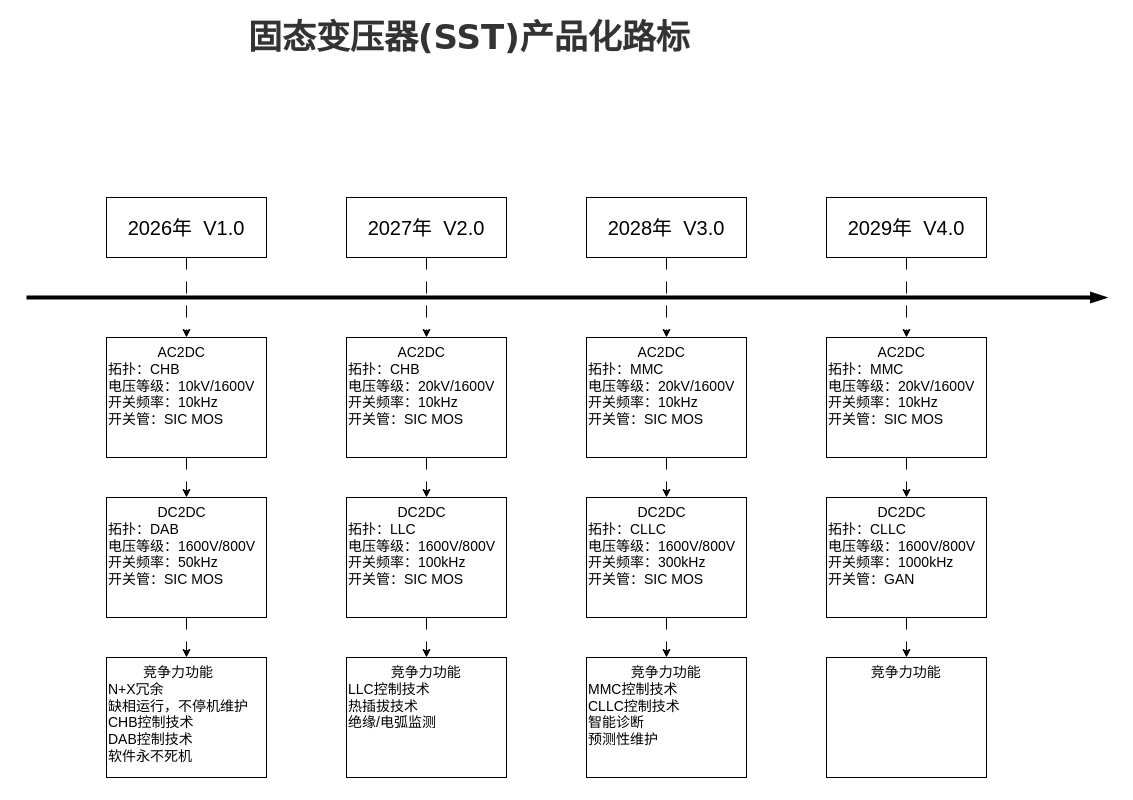
Above: page "产品路标" (10 of 10) of SST系统软件架构.drawio in gscaszhou/Graph (draw.io), before the change. Source tidied: cells renumbered, new cells numbered last; positions are measured from the earlier drawing's top-left corner, leaving out a move shared by most shapes. Both pictures are drawn from the tidied source at 100%, with x=0, y=0 at pixel (26, 17).
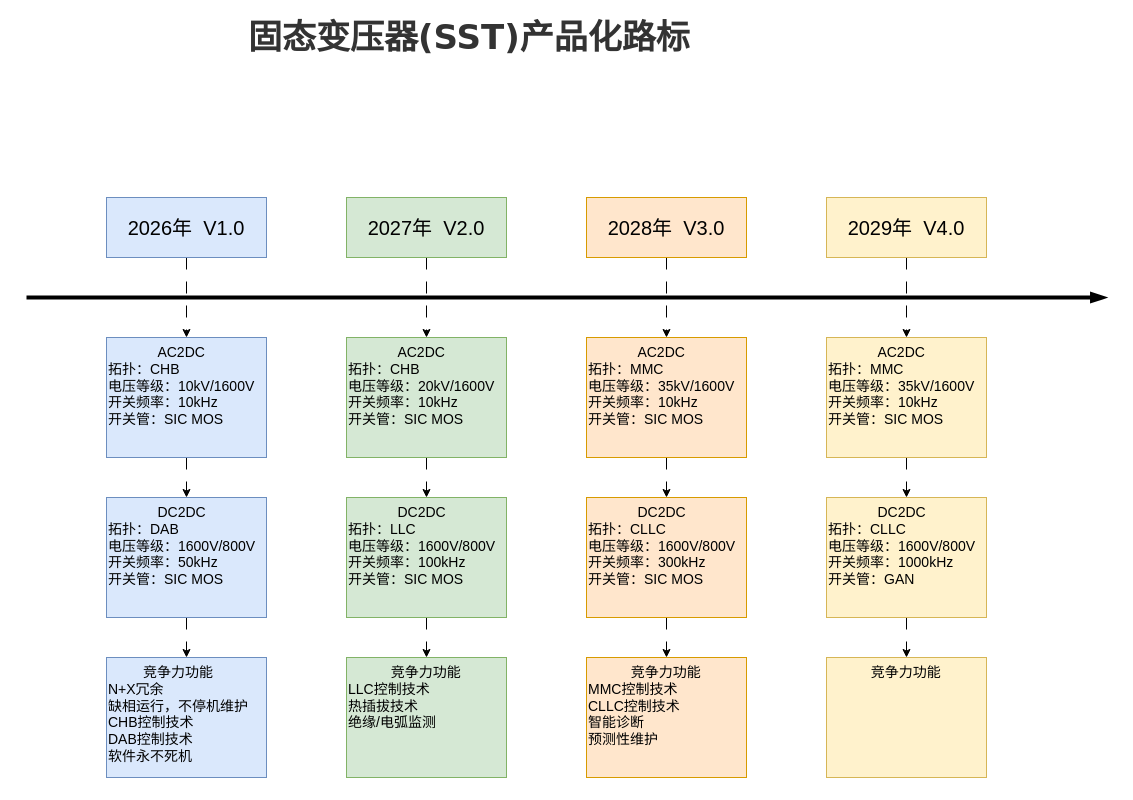
The same diagram, later.

Commit message:
更新SST系统软件架构.drawio

Unchanged cells that the change refers to:
```xml
<mxCell id="4" style="group;align=center;" parent="1" vertex="1">
  <mxGeometry x="80" y="180" width="160" height="580" as="geometry" />
</mxCell>
<mxCell id="12" style="group;" parent="1" vertex="1">
  <mxGeometry x="320" y="180" width="160" height="580" as="geometry" />
</mxCell>
<mxCell id="20" style="group;" parent="1" vertex="1">
  <mxGeometry x="560" y="180" width="160" height="580" as="geometry" />
</mxCell>
<mxCell id="28" style="group;" parent="1" vertex="1">
  <mxGeometry x="800" y="180" width="160" height="580" as="geometry" />
</mxCell>
```

What changed in the source:
```diff
@@
-    <mxCell id="6" value="&lt;div&gt;&lt;span style=&quot;background-color: transparent; color: light-dark(rgb(0, 0, 0), rgb(255, 255, 255));&quot;&gt;&lt;font style=&quot;font-size: 20px;&quot;&gt;2026年&amp;nbsp; V1.0&lt;/font&gt;&lt;/span&gt;&lt;br&gt;&lt;/div&gt;" style="rounded=0;whiteSpace=wrap;html=1;" parent="4" vertex="1">
+    <mxCell id="6" value="&lt;div&gt;&lt;span style=&quot;background-color: transparent; color: light-dark(rgb(0, 0, 0), rgb(255, 255, 255));&quot;&gt;&lt;font style=&quot;font-size: 20px;&quot;&gt;2026年&amp;nbsp; V1.0&lt;/font&gt;&lt;/span&gt;&lt;br&gt;&lt;/div&gt;" style="rounded=0;whiteSpace=wrap;html=1;fillColor=#dae8fc;strokeColor=#6c8ebf;" parent="4" vertex="1">
       <mxGeometry width="160" height="60" as="geometry" />
     </mxCell>
@@
-    <mxCell id="8" value="&lt;div style=&quot;text-align: center;&quot;&gt;&lt;span style=&quot;background-color: transparent; color: light-dark(rgb(0, 0, 0), rgb(255, 255, 255));&quot;&gt;AC2DC&lt;/span&gt;&lt;/div&gt;&lt;div&gt;拓扑：CHB&lt;/div&gt;&lt;div&gt;电压等级：10kV/1600V&lt;/div&gt;&lt;div&gt;开关频率：10kHz&lt;/div&gt;&lt;div&gt;开关管：SIC MOS&lt;/div&gt;" style="rounded=0;whiteSpace=wrap;html=1;fontSize=14;align=left;fontFamily=Helvetica;fontColor=default;fontStyle=0;verticalAlign=top;" parent="4" vertex="1">
+    <mxCell id="8" value="&lt;div style=&quot;text-align: center;&quot;&gt;&lt;span style=&quot;background-color: transparent; color: light-dark(rgb(0, 0, 0), rgb(255, 255, 255));&quot;&gt;AC2DC&lt;/span&gt;&lt;/div&gt;&lt;div&gt;拓扑：CHB&lt;/div&gt;&lt;div&gt;电压等级：10kV/1600V&lt;/div&gt;&lt;div&gt;开关频率：10kHz&lt;/div&gt;&lt;div&gt;开关管：SIC MOS&lt;/div&gt;" style="rounded=0;whiteSpace=wrap;html=1;fontSize=14;align=left;fontFamily=Helvetica;fontStyle=0;verticalAlign=top;fillColor=#dae8fc;strokeColor=#6c8ebf;" parent="4" vertex="1">
       <mxGeometry y="140" width="160" height="120" as="geometry" />
     </mxCell>
@@
-    <mxCell id="10" value="&lt;div style=&quot;text-align: center;&quot;&gt;&lt;span style=&quot;background-color: transparent; color: light-dark(rgb(0, 0, 0), rgb(255, 255, 255));&quot;&gt;DC2DC&lt;/span&gt;&lt;/div&gt;&lt;div&gt;拓扑：DAB&lt;/div&gt;&lt;div&gt;电压等级：1600V/800V&lt;/div&gt;&lt;div&gt;开关频率：50kHz&lt;/div&gt;&lt;div&gt;开关管：SIC MOS&lt;/div&gt;" style="rounded=0;whiteSpace=wrap;html=1;fontSize=14;align=left;verticalAlign=top;" parent="4" vertex="1">
+    <mxCell id="10" value="&lt;div style=&quot;text-align: center;&quot;&gt;&lt;span style=&quot;background-color: transparent; color: light-dark(rgb(0, 0, 0), rgb(255, 255, 255));&quot;&gt;DC2DC&lt;/span&gt;&lt;/div&gt;&lt;div&gt;拓扑：DAB&lt;/div&gt;&lt;div&gt;电压等级：1600V/800V&lt;/div&gt;&lt;div&gt;开关频率：50kHz&lt;/div&gt;&lt;div&gt;开关管：SIC MOS&lt;/div&gt;" style="rounded=0;whiteSpace=wrap;html=1;fontSize=14;align=left;verticalAlign=top;fillColor=#dae8fc;strokeColor=#6c8ebf;" parent="4" vertex="1">
       <mxGeometry y="300" width="160" height="120" as="geometry" />
     </mxCell>
-    <mxCell id="11" value="&lt;div style=&quot;text-align: center;&quot;&gt;竞争力功能&lt;/div&gt;&lt;div&gt;N+X冗余&lt;/div&gt;&lt;div&gt;缺相运行，不停机维护&lt;/div&gt;&lt;div&gt;CHB控制技术&lt;/div&gt;&lt;div&gt;DAB控制技术&lt;/div&gt;&lt;div&gt;软件永不死机&lt;/div&gt;" style="rounded=0;whiteSpace=wrap;html=1;fontSize=14;align=left;verticalAlign=top;" parent="4" vertex="1">
+    <mxCell id="11" value="&lt;div style=&quot;text-align: center;&quot;&gt;竞争力功能&lt;/div&gt;&lt;div&gt;N+X冗余&lt;/div&gt;&lt;div&gt;缺相运行，不停机维护&lt;/div&gt;&lt;div&gt;CHB控制技术&lt;/div&gt;&lt;div&gt;DAB控制技术&lt;/div&gt;&lt;div&gt;软件永不死机&lt;/div&gt;" style="rounded=0;whiteSpace=wrap;html=1;fontSize=14;align=left;verticalAlign=top;fillColor=#dae8fc;strokeColor=#6c8ebf;" parent="4" vertex="1">
       <mxGeometry y="460" width="160" height="120" as="geometry" />
     </mxCell>
@@
-    <mxCell id="14" value="&lt;div&gt;&lt;span style=&quot;background-color: transparent; color: light-dark(rgb(0, 0, 0), rgb(255, 255, 255));&quot;&gt;&lt;font style=&quot;font-size: 20px;&quot;&gt;2027年&amp;nbsp; V2.0&lt;/font&gt;&lt;/span&gt;&lt;br&gt;&lt;/div&gt;" style="rounded=0;whiteSpace=wrap;html=1;" parent="12" vertex="1">
+    <mxCell id="14" value="&lt;div&gt;&lt;span style=&quot;background-color: transparent; color: light-dark(rgb(0, 0, 0), rgb(255, 255, 255));&quot;&gt;&lt;font style=&quot;font-size: 20px;&quot;&gt;2027年&amp;nbsp; V2.0&lt;/font&gt;&lt;/span&gt;&lt;br&gt;&lt;/div&gt;" style="rounded=0;whiteSpace=wrap;html=1;fillColor=#d5e8d4;strokeColor=#82b366;" parent="12" vertex="1">
       <mxGeometry width="160" height="60" as="geometry" />
     </mxCell>
@@
-    <mxCell id="16" value="&lt;div style=&quot;text-align: center;&quot;&gt;&lt;span style=&quot;background-color: transparent; color: light-dark(rgb(0, 0, 0), rgb(255, 255, 255));&quot;&gt;AC2DC&lt;/span&gt;&lt;/div&gt;&lt;div&gt;拓扑：CHB&lt;/div&gt;&lt;div&gt;电压等级：20kV/1600V&lt;/div&gt;&lt;div&gt;开关频率：10kHz&lt;/div&gt;&lt;div&gt;开关管：SIC MOS&lt;/div&gt;" style="rounded=0;whiteSpace=wrap;html=1;fontSize=14;align=left;fontFamily=Helvetica;fontColor=default;fontStyle=0;verticalAlign=top;" parent="12" vertex="1">
+    <mxCell id="16" value="&lt;div style=&quot;text-align: center;&quot;&gt;&lt;span style=&quot;background-color: transparent; color: light-dark(rgb(0, 0, 0), rgb(255, 255, 255));&quot;&gt;AC2DC&lt;/span&gt;&lt;/div&gt;&lt;div&gt;拓扑：CHB&lt;/div&gt;&lt;div&gt;电压等级：20kV/1600V&lt;/div&gt;&lt;div&gt;开关频率：10kHz&lt;/div&gt;&lt;div&gt;开关管：SIC MOS&lt;/div&gt;" style="rounded=0;whiteSpace=wrap;html=1;fontSize=14;align=left;fontFamily=Helvetica;fontStyle=0;verticalAlign=top;fillColor=#d5e8d4;strokeColor=#82b366;" parent="12" vertex="1">
       <mxGeometry y="140" width="160" height="120" as="geometry" />
     </mxCell>
@@
-    <mxCell id="18" value="&lt;div style=&quot;text-align: center;&quot;&gt;&lt;span style=&quot;background-color: transparent; color: light-dark(rgb(0, 0, 0), rgb(255, 255, 255));&quot;&gt;DC2DC&lt;/span&gt;&lt;/div&gt;&lt;div&gt;拓扑：LLC&lt;/div&gt;&lt;div&gt;电压等级：1600V/800V&lt;/div&gt;&lt;div&gt;开关频率：100kHz&lt;/div&gt;&lt;div&gt;开关管：SIC MOS&lt;/div&gt;" style="rounded=0;whiteSpace=wrap;html=1;fontSize=14;align=left;verticalAlign=top;" parent="12" vertex="1">
+    <mxCell id="18" value="&lt;div style=&quot;text-align: center;&quot;&gt;&lt;span style=&quot;background-color: transparent; color: light-dark(rgb(0, 0, 0), rgb(255, 255, 255));&quot;&gt;DC2DC&lt;/span&gt;&lt;/div&gt;&lt;div&gt;拓扑：LLC&lt;/div&gt;&lt;div&gt;电压等级：1600V/800V&lt;/div&gt;&lt;div&gt;开关频率：100kHz&lt;/div&gt;&lt;div&gt;开关管：SIC MOS&lt;/div&gt;" style="rounded=0;whiteSpace=wrap;html=1;fontSize=14;align=left;verticalAlign=top;fillColor=#d5e8d4;strokeColor=#82b366;" parent="12" vertex="1">
       <mxGeometry y="300" width="160" height="120" as="geometry" />
     </mxCell>
-    <mxCell id="19" value="&lt;div style=&quot;&quot;&gt;&lt;div style=&quot;text-align: center;&quot;&gt;&amp;nbsp; &amp;nbsp; &amp;nbsp; &amp;nbsp; &amp;nbsp; &amp;nbsp;竞争力功能&lt;/div&gt;&lt;div style=&quot;&quot;&gt;LLC控制技术&lt;/div&gt;&lt;div style=&quot;&quot;&gt;热插拔技术&lt;/div&gt;&lt;div style=&quot;&quot;&gt;绝缘/电弧监测&lt;/div&gt;&lt;div style=&quot;&quot;&gt;&lt;br&gt;&lt;/div&gt;&lt;div style=&quot;&quot;&gt;&lt;br&gt;&lt;/div&gt;&lt;/div&gt;" style="rounded=0;whiteSpace=wrap;html=1;fontSize=14;align=left;verticalAlign=top;fontFamily=Helvetica;fontColor=default;fontStyle=0;" parent="12" vertex="1">
+    <mxCell id="19" value="&lt;div style=&quot;&quot;&gt;&lt;div style=&quot;text-align: center;&quot;&gt;&amp;nbsp; &amp;nbsp; &amp;nbsp; &amp;nbsp; &amp;nbsp; &amp;nbsp;竞争力功能&lt;/div&gt;&lt;div style=&quot;&quot;&gt;LLC控制技术&lt;/div&gt;&lt;div style=&quot;&quot;&gt;热插拔技术&lt;/div&gt;&lt;div style=&quot;&quot;&gt;绝缘/电弧监测&lt;/div&gt;&lt;div style=&quot;&quot;&gt;&lt;br&gt;&lt;/div&gt;&lt;div style=&quot;&quot;&gt;&lt;br&gt;&lt;/div&gt;&lt;/div&gt;" style="rounded=0;whiteSpace=wrap;html=1;fontSize=14;align=left;verticalAlign=top;fontFamily=Helvetica;fontStyle=0;fillColor=#d5e8d4;strokeColor=#82b366;" parent="12" vertex="1">
       <mxGeometry y="460" width="160" height="120" as="geometry" />
     </mxCell>
@@
-    <mxCell id="22" value="&lt;div&gt;&lt;span style=&quot;background-color: transparent; color: light-dark(rgb(0, 0, 0), rgb(255, 255, 255));&quot;&gt;&lt;font style=&quot;font-size: 20px;&quot;&gt;2028年&amp;nbsp; V3.0&lt;/font&gt;&lt;/span&gt;&lt;br&gt;&lt;/div&gt;" style="rounded=0;whiteSpace=wrap;html=1;" parent="20" vertex="1">
+    <mxCell id="22" value="&lt;div&gt;&lt;span style=&quot;background-color: transparent; color: light-dark(rgb(0, 0, 0), rgb(255, 255, 255));&quot;&gt;&lt;font style=&quot;font-size: 20px;&quot;&gt;2028年&amp;nbsp; V3.0&lt;/font&gt;&lt;/span&gt;&lt;br&gt;&lt;/div&gt;" style="rounded=0;whiteSpace=wrap;html=1;fillColor=#ffe6cc;strokeColor=#d79b00;" parent="20" vertex="1">
       <mxGeometry width="160" height="60" as="geometry" />
     </mxCell>
@@
-    <mxCell id="24" value="&lt;div style=&quot;text-align: center;&quot;&gt;&lt;span style=&quot;background-color: transparent; color: light-dark(rgb(0, 0, 0), rgb(255, 255, 255));&quot;&gt;AC2DC&lt;/span&gt;&lt;/div&gt;&lt;div&gt;拓扑：MMC&lt;/div&gt;&lt;div&gt;电压等级：20kV/1600V&lt;/div&gt;&lt;div&gt;开关频率：10kHz&lt;/div&gt;&lt;div&gt;开关管：SIC MOS&lt;/div&gt;" style="rounded=0;whiteSpace=wrap;html=1;fontSize=14;align=left;fontFamily=Helvetica;fontColor=default;fontStyle=0;verticalAlign=top;" parent="20" vertex="1">
+    <mxCell id="24" value="&lt;div style=&quot;text-align: center;&quot;&gt;&lt;span style=&quot;background-color: transparent; color: light-dark(rgb(0, 0, 0), rgb(255, 255, 255));&quot;&gt;AC2DC&lt;/span&gt;&lt;/div&gt;&lt;div&gt;拓扑：MMC&lt;/div&gt;&lt;div&gt;电压等级：35kV/1600V&lt;/div&gt;&lt;div&gt;开关频率：10kHz&lt;/div&gt;&lt;div&gt;开关管：SIC MOS&lt;/div&gt;" style="rounded=0;whiteSpace=wrap;html=1;fontSize=14;align=left;fontFamily=Helvetica;fontStyle=0;verticalAlign=top;fillColor=#ffe6cc;strokeColor=#d79b00;" parent="20" vertex="1">
       <mxGeometry y="140" width="160" height="120" as="geometry" />
     </mxCell>
@@
-    <mxCell id="26" value="&lt;div style=&quot;text-align: center;&quot;&gt;&lt;span style=&quot;background-color: transparent; color: light-dark(rgb(0, 0, 0), rgb(255, 255, 255));&quot;&gt;DC2DC&lt;/span&gt;&lt;/div&gt;&lt;div&gt;拓扑：CLLC&lt;/div&gt;&lt;div&gt;电压等级：1600V/800V&lt;/div&gt;&lt;div&gt;开关频率：300kHz&lt;/div&gt;&lt;div&gt;开关管：SIC MOS&lt;/div&gt;" style="rounded=0;whiteSpace=wrap;html=1;fontSize=14;align=left;verticalAlign=top;" parent="20" vertex="1">
+    <mxCell id="26" value="&lt;div style=&quot;text-align: center;&quot;&gt;&lt;span style=&quot;background-color: transparent; color: light-dark(rgb(0, 0, 0), rgb(255, 255, 255));&quot;&gt;DC2DC&lt;/span&gt;&lt;/div&gt;&lt;div&gt;拓扑：CLLC&lt;/div&gt;&lt;div&gt;电压等级：1600V/800V&lt;/div&gt;&lt;div&gt;开关频率：300kHz&lt;/div&gt;&lt;div&gt;开关管：SIC MOS&lt;/div&gt;" style="rounded=0;whiteSpace=wrap;html=1;fontSize=14;align=left;verticalAlign=top;fillColor=#ffe6cc;strokeColor=#d79b00;" parent="20" vertex="1">
       <mxGeometry y="300" width="160" height="120" as="geometry" />
     </mxCell>
-    <mxCell id="27" value="&lt;div style=&quot;&quot;&gt;&lt;div style=&quot;text-align: center;&quot;&gt;&amp;nbsp; &amp;nbsp; &amp;nbsp; &amp;nbsp; &amp;nbsp; &amp;nbsp;竞争力功能&lt;/div&gt;&lt;div style=&quot;&quot;&gt;MMC控制技术&lt;/div&gt;&lt;div style=&quot;&quot;&gt;CLLC控制技术&lt;br&gt;&lt;/div&gt;&lt;div style=&quot;&quot;&gt;智能诊断&lt;br&gt;预测性维护&lt;/div&gt;&lt;div style=&quot;&quot;&gt;&lt;br&gt;&lt;/div&gt;&lt;div style=&quot;&quot;&gt;&lt;br&gt;&lt;/div&gt;&lt;/div&gt;" style="rounded=0;whiteSpace=wrap;html=1;fontSize=14;align=left;verticalAlign=top;fontFamily=Helvetica;fontColor=default;fontStyle=0;" parent="20" vertex="1">
+    <mxCell id="27" value="&lt;div style=&quot;&quot;&gt;&lt;div style=&quot;text-align: center;&quot;&gt;&amp;nbsp; &amp;nbsp; &amp;nbsp; &amp;nbsp; &amp;nbsp; &amp;nbsp;竞争力功能&lt;/div&gt;&lt;div style=&quot;&quot;&gt;MMC控制技术&lt;/div&gt;&lt;div style=&quot;&quot;&gt;CLLC控制技术&lt;br&gt;&lt;/div&gt;&lt;div style=&quot;&quot;&gt;智能诊断&lt;br&gt;预测性维护&lt;/div&gt;&lt;div style=&quot;&quot;&gt;&lt;br&gt;&lt;/div&gt;&lt;div style=&quot;&quot;&gt;&lt;br&gt;&lt;/div&gt;&lt;/div&gt;" style="rounded=0;whiteSpace=wrap;html=1;fontSize=14;align=left;verticalAlign=top;fontFamily=Helvetica;fontStyle=0;fillColor=#ffe6cc;strokeColor=#d79b00;" parent="20" vertex="1">
       <mxGeometry y="460" width="160" height="120" as="geometry" />
     </mxCell>
@@
-    <mxCell id="30" value="&lt;div&gt;&lt;span style=&quot;background-color: transparent; color: light-dark(rgb(0, 0, 0), rgb(255, 255, 255));&quot;&gt;&lt;font style=&quot;font-size: 20px;&quot;&gt;2029年&amp;nbsp; V4.0&lt;/font&gt;&lt;/span&gt;&lt;br&gt;&lt;/div&gt;" style="rounded=0;whiteSpace=wrap;html=1;" parent="28" vertex="1">
+    <mxCell id="30" value="&lt;div&gt;&lt;span style=&quot;background-color: transparent; color: light-dark(rgb(0, 0, 0), rgb(255, 255, 255));&quot;&gt;&lt;font style=&quot;font-size: 20px;&quot;&gt;2029年&amp;nbsp; V4.0&lt;/font&gt;&lt;/span&gt;&lt;br&gt;&lt;/div&gt;" style="rounded=0;whiteSpace=wrap;html=1;fillColor=#fff2cc;strokeColor=#d6b656;" parent="28" vertex="1">
       <mxGeometry width="160" height="60" as="geometry" />
     </mxCell>
@@
-    <mxCell id="32" value="&lt;div style=&quot;text-align: center;&quot;&gt;&lt;span style=&quot;background-color: transparent; color: light-dark(rgb(0, 0, 0), rgb(255, 255, 255));&quot;&gt;AC2DC&lt;/span&gt;&lt;/div&gt;&lt;div&gt;拓扑：MMC&lt;/div&gt;&lt;div&gt;电压等级：20kV/1600V&lt;/div&gt;&lt;div&gt;开关频率：10kHz&lt;/div&gt;&lt;div&gt;开关管：SIC MOS&lt;/div&gt;" style="rounded=0;whiteSpace=wrap;html=1;fontSize=14;align=left;fontFamily=Helvetica;fontColor=default;fontStyle=0;verticalAlign=top;" parent="28" vertex="1">
+    <mxCell id="32" value="&lt;div style=&quot;text-align: center;&quot;&gt;&lt;span style=&quot;background-color: transparent; color: light-dark(rgb(0, 0, 0), rgb(255, 255, 255));&quot;&gt;AC2DC&lt;/span&gt;&lt;/div&gt;&lt;div&gt;拓扑：MMC&lt;/div&gt;&lt;div&gt;电压等级：35kV/1600V&lt;/div&gt;&lt;div&gt;开关频率：10kHz&lt;/div&gt;&lt;div&gt;开关管：SIC MOS&lt;/div&gt;" style="rounded=0;whiteSpace=wrap;html=1;fontSize=14;align=left;fontFamily=Helvetica;fontStyle=0;verticalAlign=top;fillColor=#fff2cc;strokeColor=#d6b656;" parent="28" vertex="1">
       <mxGeometry y="140" width="160" height="120" as="geometry" />
     </mxCell>
@@
-    <mxCell id="34" value="&lt;div style=&quot;text-align: center;&quot;&gt;&lt;span style=&quot;background-color: transparent; color: light-dark(rgb(0, 0, 0), rgb(255, 255, 255));&quot;&gt;DC2DC&lt;/span&gt;&lt;/div&gt;&lt;div&gt;拓扑：CLLC&lt;/div&gt;&lt;div&gt;电压等级：1600V/800V&lt;/div&gt;&lt;div&gt;开关频率：1000kHz&lt;/div&gt;&lt;div&gt;开关管：GAN&lt;/div&gt;" style="rounded=0;whiteSpace=wrap;html=1;fontSize=14;align=left;verticalAlign=top;" parent="28" vertex="1">
+    <mxCell id="34" value="&lt;div style=&quot;text-align: center;&quot;&gt;&lt;span style=&quot;background-color: transparent; color: light-dark(rgb(0, 0, 0), rgb(255, 255, 255));&quot;&gt;DC2DC&lt;/span&gt;&lt;/div&gt;&lt;div&gt;拓扑：CLLC&lt;/div&gt;&lt;div&gt;电压等级：1600V/800V&lt;/div&gt;&lt;div&gt;开关频率：1000kHz&lt;/div&gt;&lt;div&gt;开关管：GAN&lt;/div&gt;" style="rounded=0;whiteSpace=wrap;html=1;fontSize=14;align=left;verticalAlign=top;fillColor=#fff2cc;strokeColor=#d6b656;" parent="28" vertex="1">
       <mxGeometry y="300" width="160" height="120" as="geometry" />
     </mxCell>
-    <mxCell id="35" value="&lt;div style=&quot;&quot;&gt;&lt;div style=&quot;text-align: center;&quot;&gt;&amp;nbsp; &amp;nbsp; &amp;nbsp; &amp;nbsp; &amp;nbsp; &amp;nbsp;竞争力功能&lt;/div&gt;&lt;div style=&quot;&quot;&gt;&lt;br&gt;&lt;/div&gt;&lt;div style=&quot;&quot;&gt;&lt;br&gt;&lt;/div&gt;&lt;div style=&quot;&quot;&gt;&lt;br&gt;&lt;/div&gt;&lt;/div&gt;" style="rounded=0;whiteSpace=wrap;html=1;fontSize=14;align=left;verticalAlign=top;fontFamily=Helvetica;fontColor=default;fontStyle=0;" parent="28" vertex="1">
+    <mxCell id="35" value="&lt;div style=&quot;&quot;&gt;&lt;div style=&quot;text-align: center;&quot;&gt;&amp;nbsp; &amp;nbsp; &amp;nbsp; &amp;nbsp; &amp;nbsp; &amp;nbsp;竞争力功能&lt;/div&gt;&lt;div style=&quot;&quot;&gt;&lt;br&gt;&lt;/div&gt;&lt;div style=&quot;&quot;&gt;&lt;br&gt;&lt;/div&gt;&lt;div style=&quot;&quot;&gt;&lt;br&gt;&lt;/div&gt;&lt;/div&gt;" style="rounded=0;whiteSpace=wrap;html=1;fontSize=14;align=left;verticalAlign=top;fontFamily=Helvetica;fontStyle=0;fillColor=#fff2cc;strokeColor=#d6b656;" parent="28" vertex="1">
       <mxGeometry y="460" width="160" height="120" as="geometry" />
     </mxCell>
```
